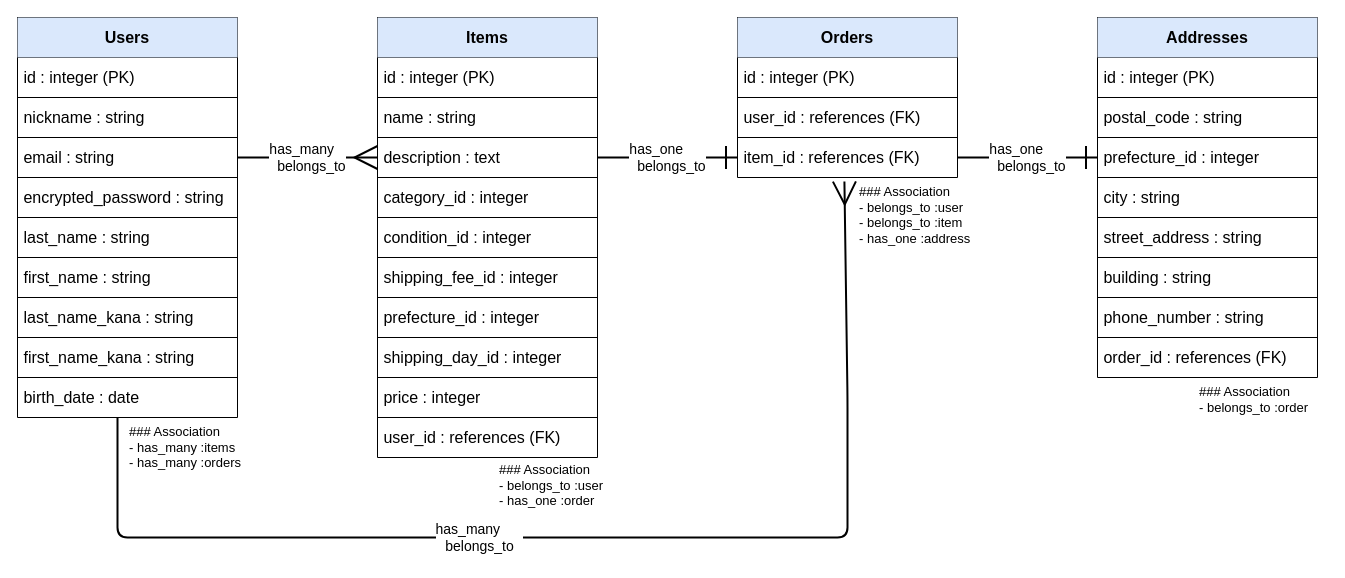
sakura2813/furima-45221 keeps this draw.io diagram as furima.dio. Above is the earlier version. Source tidied: cells renumbered, new cells numbered last; positions are measured from the earlier drawing's top-left corner, leaving out a move shared by most shapes. Both pictures are drawn from the tidied source at 100%, with x=0, y=0 at pixel (17, 17).
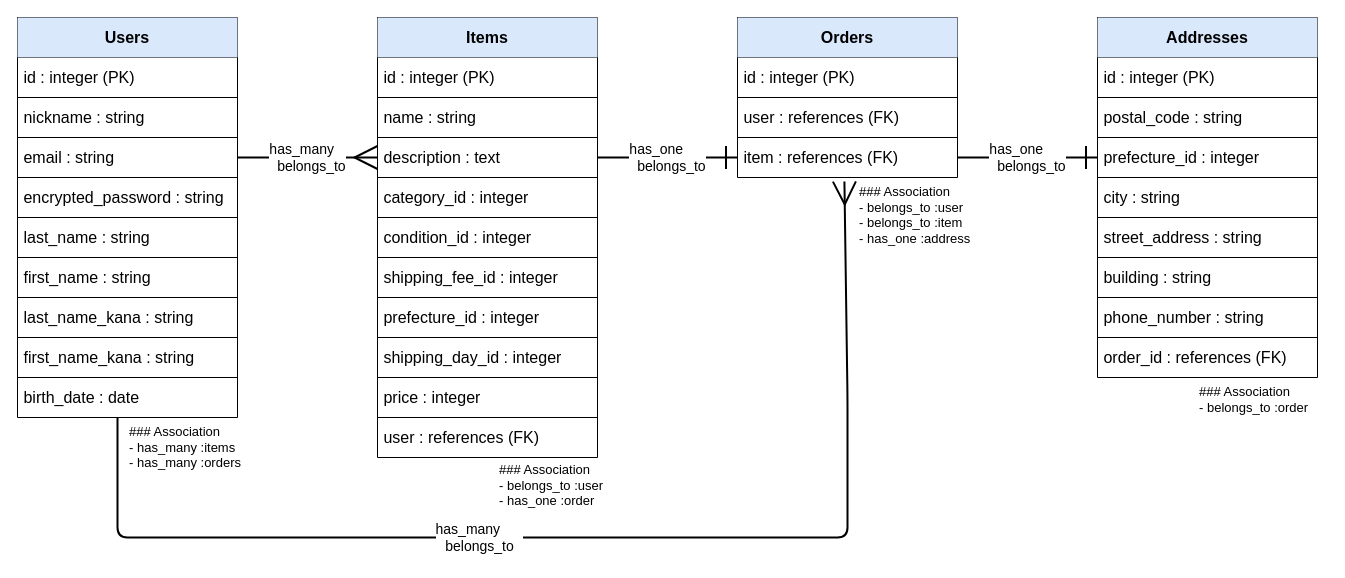
After the change.

Commit message (it also covers changes not shown here):
references型カラム名の修正

The change refers to these unchanged cells:
```xml
<mxCell id="63" style="shape=tableRow;horizontal=0;startSize=0;swimlaneHead=0;swimlaneBody=0;strokeColor=inherit;top=0;left=0;bottom=0;right=0;fillColor=none;" parent="42" vertex="1">
  <mxGeometry y="400" width="220" height="40" as="geometry" />
</mxCell>
<mxCell id="70" style="shape=tableRow;horizontal=0;startSize=0;swimlaneHead=0;swimlaneBody=0;strokeColor=inherit;top=0;left=0;bottom=0;right=0;fillColor=none;" parent="65" vertex="1">
  <mxGeometry y="80" width="220" height="40" as="geometry" />
</mxCell>
<mxCell id="72" style="shape=tableRow;horizontal=0;startSize=0;swimlaneHead=0;swimlaneBody=0;strokeColor=inherit;top=0;left=0;bottom=0;right=0;fillColor=none;points=[[0,0.5],[1,0.5]];portConstraint=eastwest;" parent="65" vertex="1">
  <mxGeometry y="120" width="220" height="40" as="geometry" />
</mxCell>
```

Diff of the diagram source:
```diff
@@
-    <mxCell id="64" value="&lt;font style=&quot;font-size: 16px;&quot;&gt;&amp;nbsp;user_id : references (FK)&lt;/font&gt;" style="shape=partialRectangle;html=1;whiteSpace=wrap;strokeColor=inherit;overflow=hidden;fillColor=none;top=0;left=0;bottom=0;right=0;align=left;" parent="63" vertex="1">
+    <mxCell id="64" value="&lt;font style=&quot;font-size: 16px;&quot;&gt;&amp;nbsp;user : references (FK)&lt;/font&gt;" style="shape=partialRectangle;html=1;whiteSpace=wrap;strokeColor=inherit;overflow=hidden;fillColor=none;top=0;left=0;bottom=0;right=0;align=left;" parent="63" vertex="1">
       <mxGeometry width="220" height="40" as="geometry" />
     </mxCell>
@@
-    <mxCell id="71" value="&lt;font style=&quot;font-size: 16px;&quot;&gt;&amp;nbsp;user_id : references (FK)&lt;/font&gt;" style="shape=partialRectangle;html=1;whiteSpace=wrap;strokeColor=inherit;overflow=hidden;fillColor=none;top=0;left=0;bottom=0;right=0;align=left;" parent="70" vertex="1">
+    <mxCell id="71" value="&lt;font style=&quot;font-size: 16px;&quot;&gt;&amp;nbsp;user : references (FK)&lt;/font&gt;" style="shape=partialRectangle;html=1;whiteSpace=wrap;strokeColor=inherit;overflow=hidden;fillColor=none;top=0;left=0;bottom=0;right=0;align=left;" parent="70" vertex="1">
       <mxGeometry width="220" height="40" as="geometry" />
     </mxCell>
@@
-    <mxCell id="73" value="&lt;div&gt;&lt;font style=&quot;font-size: 16px;&quot; color=&quot;#000000&quot;&gt;&amp;nbsp;item_id : references (FK)&lt;/font&gt;&lt;/div&gt;" style="shape=partialRectangle;html=1;whiteSpace=wrap;strokeColor=inherit;overflow=hidden;fillColor=none;top=0;left=0;bottom=0;right=0;align=left;" parent="72" vertex="1">
+    <mxCell id="73" value="&lt;div&gt;&lt;font style=&quot;font-size: 16px;&quot; color=&quot;#000000&quot;&gt;&amp;nbsp;item : references (FK)&lt;/font&gt;&lt;/div&gt;" style="shape=partialRectangle;html=1;whiteSpace=wrap;strokeColor=inherit;overflow=hidden;fillColor=none;top=0;left=0;bottom=0;right=0;align=left;" parent="72" vertex="1">
       <mxGeometry width="220" height="40" as="geometry" />
     </mxCell>
```
